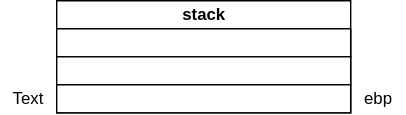
Before: drawio/x86callFunc.drawio.svg, a diagram exported from draw.io (Stolorzs/Picgo). Source tidied: cells renumbered, new cells last; positions are measured from the earlier drawing's top-left corner, leaving out a move shared by most shapes.
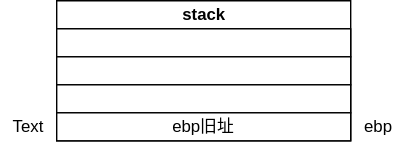
Above is the later version.

Diff of the diagram source:
```diff
@@ -3,16 +3,19 @@
     <mxCell id="0" />
     <mxCell id="1" parent="0" />
     <mxCell id="2" value="stack" style="swimlane;horizontal=1;startSize=20;html=1;" parent="1" vertex="1">
-      <mxGeometry x="40" width="210" height="80" as="geometry" />
+      <mxGeometry x="40" y="-20" width="210" height="100" as="geometry" />
     </mxCell>
     <mxCell id="3" style="rounded=0;whiteSpace=wrap;html=1;" parent="2" vertex="1">
       <mxGeometry y="20" width="210" height="20" as="geometry" />
     </mxCell>
+    <mxCell id="8" style="rounded=0;whiteSpace=wrap;html=1;" parent="2" vertex="1">
+      <mxGeometry y="40" width="210" height="20" as="geometry" />
+    </mxCell>
     <mxCell id="4" style="rounded=0;whiteSpace=wrap;html=1;" parent="2" vertex="1">
-      <mxGeometry y="40" width="210" height="20" as="geometry" />
+      <mxGeometry y="60" width="210" height="20" as="geometry" />
     </mxCell>
-    <mxCell id="5" style="rounded=0;whiteSpace=wrap;html=1;" parent="2" vertex="1">
-      <mxGeometry y="60" width="210" height="20" as="geometry" />
+    <mxCell id="5" value="ebp旧址" style="rounded=0;whiteSpace=wrap;html=1;" parent="2" vertex="1">
+      <mxGeometry y="80" width="210" height="20" as="geometry" />
     </mxCell>
     <mxCell id="6" value="Text" style="text;html=1;align=center;verticalAlign=middle;whiteSpace=wrap;rounded=0;" parent="1" vertex="1">
       <mxGeometry y="60" width="40" height="20" as="geometry" />
```
